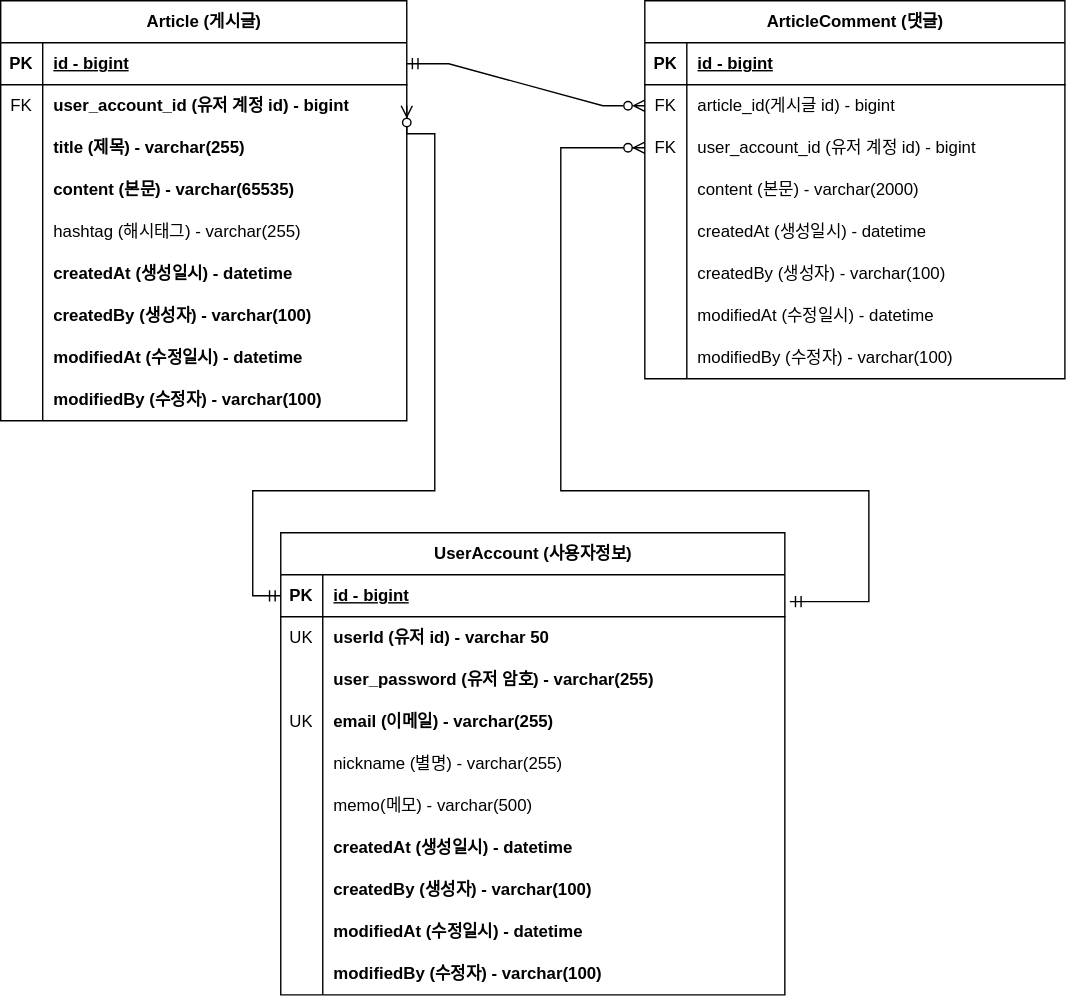
jy-hwang/fastcampus-project-board keeps this draw.io diagram as document/project-board-erd.svg. Above is the earlier version. Source tidied: cells renumbered, new cells last; positions are measured from the earlier drawing's top-left corner, leaving out a move shared by most shapes.
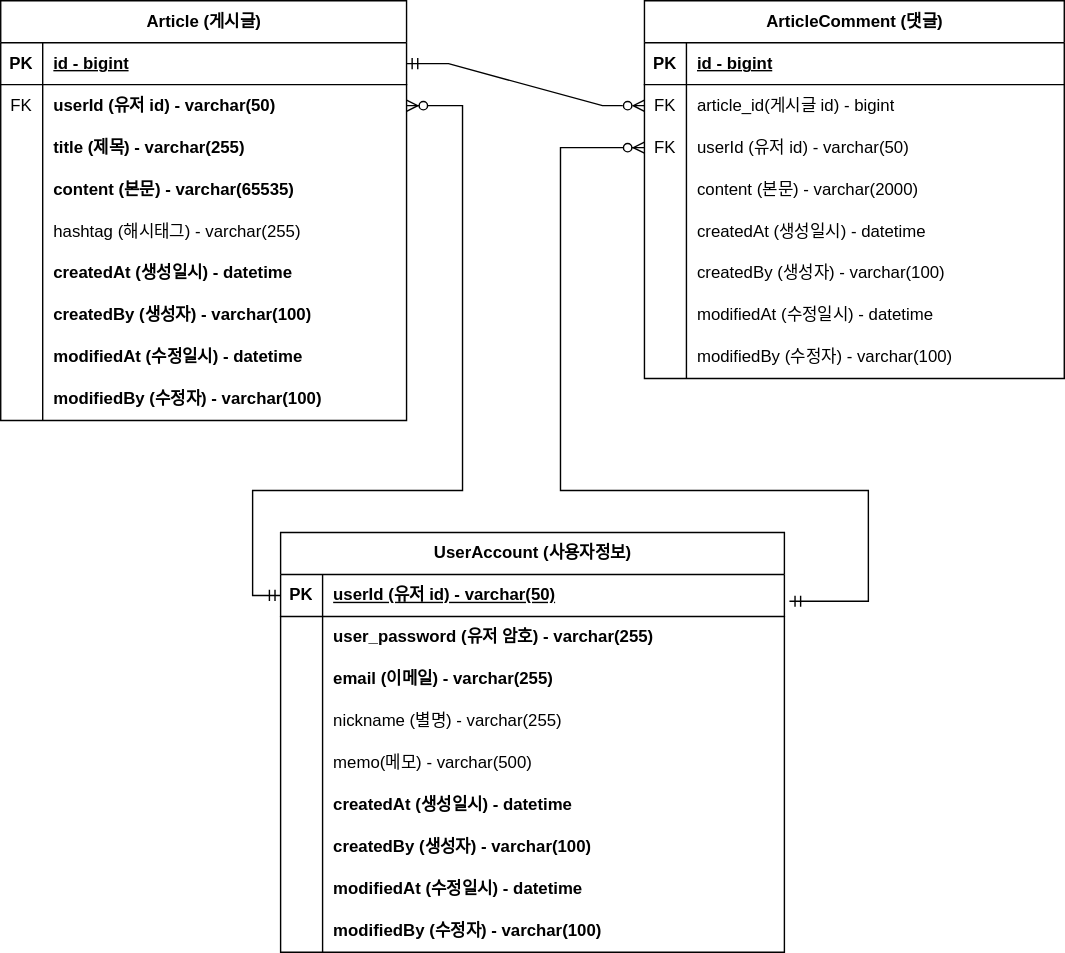
Above is the later version.

Commit message:
#40 - ERD 문서 수정:회원계정user_id를 PK 로 변경

Diff of the diagram source:
```diff
@@ -20,7 +20,7 @@
     <mxCell id="7" value="FK" style="shape=partialRectangle;fillColor=none;top=0;left=0;bottom=0;right=0;overflow=hidden;whiteSpace=wrap;html=1;" parent="6" vertex="1">
       <mxGeometry width="30" height="30" as="geometry" />
     </mxCell>
-    <mxCell id="8" value="user_account_id (유저 계정 id) - bigint" style="shape=partialRectangle;fillColor=none;top=0;left=0;bottom=0;right=0;align=left;spacingLeft=6;overflow=hidden;whiteSpace=wrap;html=1;fontStyle=1;" parent="6" vertex="1">
+    <mxCell id="8" value="userId (유저 id) - varchar(50)" style="shape=partialRectangle;fillColor=none;top=0;left=0;bottom=0;right=0;align=left;spacingLeft=6;overflow=hidden;whiteSpace=wrap;html=1;fontStyle=1;" parent="6" vertex="1">
       <mxGeometry x="30" width="260" height="30" as="geometry" />
     </mxCell>
     <mxCell id="9" style="shape=tableRow;horizontal=0;startSize=0;swimlaneHead=0;swimlaneBody=0;fillColor=none;top=0;left=0;right=0;bottom=0;" parent="2" vertex="1">
@@ -113,7 +113,7 @@
     <mxCell id="38" value="FK" style="shape=partialRectangle;fillColor=none;top=0;left=0;bottom=0;right=0;overflow=hidden;whiteSpace=wrap;html=1;" parent="37" vertex="1">
       <mxGeometry width="30" height="30" as="geometry" />
     </mxCell>
-    <mxCell id="39" value="user_account_id (유저 계정 id) - bigint" style="shape=partialRectangle;fillColor=none;top=0;left=0;bottom=0;right=0;align=left;spacingLeft=6;overflow=hidden;whiteSpace=wrap;html=1;" parent="37" vertex="1">
+    <mxCell id="39" value="userId (유저 id) - varchar(50)" style="shape=partialRectangle;fillColor=none;top=0;left=0;bottom=0;right=0;align=left;spacingLeft=6;overflow=hidden;whiteSpace=wrap;html=1;" parent="37" vertex="1">
       <mxGeometry x="30" width="270" height="30" as="geometry" />
     </mxCell>
     <mxCell id="40" style="shape=tableRow;horizontal=0;startSize=0;swimlaneHead=0;swimlaneBody=0;fillColor=none;top=0;left=0;right=0;bottom=0;" parent="30" vertex="1">
@@ -165,7 +165,7 @@
       <mxGeometry relative="1" as="geometry" />
     </mxCell>
     <mxCell id="56" value="UserAccount (사용자정보)" style="shape=table;startSize=30;rowLines=0;fontStyle=1;align=center;html=1;" parent="1" vertex="1">
-      <mxGeometry x="200" y="380" width="360" height="330" as="geometry" />
+      <mxGeometry x="200" y="380" width="360" height="300" as="geometry" />
     </mxCell>
     <mxCell id="57" style="shape=tableRow;horizontal=0;startSize=0;swimlaneHead=0;swimlaneBody=0;fillColor=none;points=[[0,0.5],[1,0.5]];portConstraint=eastwest;top=0;left=0;right=0;bottom=1;" parent="56" vertex="1">
       <mxGeometry y="30" width="360" height="30" as="geometry" />
@@ -173,20 +173,11 @@
     <mxCell id="58" value="PK" style="shape=partialRectangle;fillColor=none;top=0;left=0;bottom=0;right=0;fontStyle=1;overflow=hidden;whiteSpace=wrap;html=1;" parent="57" vertex="1">
       <mxGeometry width="30" height="30" as="geometry" />
     </mxCell>
-    <mxCell id="59" value="id - bigint" style="shape=partialRectangle;fillColor=none;top=0;left=0;bottom=0;right=0;align=left;spacingLeft=6;fontStyle=5;overflow=hidden;whiteSpace=wrap;html=1;" parent="57" vertex="1">
+    <mxCell id="59" value="userId (유저 id) - varchar(50)" style="shape=partialRectangle;fillColor=none;top=0;left=0;bottom=0;right=0;align=left;spacingLeft=6;fontStyle=5;overflow=hidden;whiteSpace=wrap;html=1;" parent="57" vertex="1">
       <mxGeometry x="30" width="330" height="30" as="geometry" />
     </mxCell>
-    <mxCell id="60" style="shape=tableRow;horizontal=0;startSize=0;swimlaneHead=0;swimlaneBody=0;fillColor=none;top=0;left=0;right=0;bottom=0;" parent="56" vertex="1">
-      <mxGeometry y="60" width="360" height="30" as="geometry" />
-    </mxCell>
-    <mxCell id="61" value="UK" style="shape=partialRectangle;fillColor=none;top=0;left=0;bottom=0;right=0;overflow=hidden;whiteSpace=wrap;html=1;" parent="60" vertex="1">
-      <mxGeometry width="30" height="30" as="geometry" />
-    </mxCell>
-    <mxCell id="62" value="userId (유저 id) - varchar 50" style="shape=partialRectangle;fillColor=none;top=0;left=0;bottom=0;right=0;align=left;spacingLeft=6;overflow=hidden;whiteSpace=wrap;html=1;fontStyle=1;" parent="60" vertex="1">
-      <mxGeometry x="30" width="330" height="30" as="geometry" />
-    </mxCell>
     <mxCell id="63" style="shape=tableRow;horizontal=0;startSize=0;swimlaneHead=0;swimlaneBody=0;fillColor=none;top=0;left=0;right=0;bottom=0;" parent="56" vertex="1">
-      <mxGeometry y="90" width="360" height="30" as="geometry" />
+      <mxGeometry y="60" width="360" height="30" as="geometry" />
     </mxCell>
     <mxCell id="64" style="shape=partialRectangle;fillColor=none;top=0;left=0;bottom=0;right=0;overflow=hidden;whiteSpace=wrap;html=1;" parent="63" vertex="1">
       <mxGeometry width="30" height="30" as="geometry" />
@@ -195,16 +186,16 @@
       <mxGeometry x="30" width="330" height="30" as="geometry" />
     </mxCell>
     <mxCell id="66" style="shape=tableRow;horizontal=0;startSize=0;swimlaneHead=0;swimlaneBody=0;fillColor=none;top=0;left=0;right=0;bottom=0;" parent="56" vertex="1">
-      <mxGeometry y="120" width="360" height="30" as="geometry" />
+      <mxGeometry y="90" width="360" height="30" as="geometry" />
     </mxCell>
-    <mxCell id="67" value="UK" style="shape=partialRectangle;fillColor=none;top=0;left=0;bottom=0;right=0;overflow=hidden;whiteSpace=wrap;html=1;" parent="66" vertex="1">
+    <mxCell id="67" style="shape=partialRectangle;fillColor=none;top=0;left=0;bottom=0;right=0;overflow=hidden;whiteSpace=wrap;html=1;" parent="66" vertex="1">
       <mxGeometry width="30" height="30" as="geometry" />
     </mxCell>
     <mxCell id="68" value="email (이메일) - varchar(255)" style="shape=partialRectangle;fillColor=none;top=0;left=0;bottom=0;right=0;align=left;spacingLeft=6;overflow=hidden;whiteSpace=wrap;html=1;fontStyle=1;" parent="66" vertex="1">
       <mxGeometry x="30" width="330" height="30" as="geometry" />
     </mxCell>
     <mxCell id="69" style="shape=tableRow;horizontal=0;startSize=0;swimlaneHead=0;swimlaneBody=0;fillColor=none;top=0;left=0;right=0;bottom=0;" parent="56" vertex="1">
-      <mxGeometry y="150" width="360" height="30" as="geometry" />
+      <mxGeometry y="120" width="360" height="30" as="geometry" />
     </mxCell>
     <mxCell id="70" style="shape=partialRectangle;fillColor=none;top=0;left=0;bottom=0;right=0;overflow=hidden;whiteSpace=wrap;html=1;" parent="69" vertex="1">
       <mxGeometry width="30" height="30" as="geometry" />
@@ -213,7 +204,7 @@
       <mxGeometry x="30" width="330" height="30" as="geometry" />
     </mxCell>
     <mxCell id="72" style="shape=tableRow;horizontal=0;startSize=0;swimlaneHead=0;swimlaneBody=0;fillColor=none;top=0;left=0;right=0;bottom=0;" parent="56" vertex="1">
-      <mxGeometry y="180" width="360" height="30" as="geometry" />
+      <mxGeometry y="150" width="360" height="30" as="geometry" />
     </mxCell>
     <mxCell id="73" style="shape=partialRectangle;fillColor=none;top=0;left=0;bottom=0;right=0;overflow=hidden;whiteSpace=wrap;html=1;" parent="72" vertex="1">
       <mxGeometry width="30" height="30" as="geometry" />
@@ -222,7 +213,7 @@
       <mxGeometry x="30" width="330" height="30" as="geometry" />
     </mxCell>
     <mxCell id="75" style="shape=tableRow;horizontal=0;startSize=0;swimlaneHead=0;swimlaneBody=0;fillColor=none;top=0;left=0;right=0;bottom=0;" parent="56" vertex="1">
-      <mxGeometry y="210" width="360" height="30" as="geometry" />
+      <mxGeometry y="180" width="360" height="30" as="geometry" />
     </mxCell>
     <mxCell id="76" style="shape=partialRectangle;fillColor=none;top=0;left=0;bottom=0;right=0;overflow=hidden;whiteSpace=wrap;html=1;" parent="75" vertex="1">
       <mxGeometry width="30" height="30" as="geometry" />
@@ -231,7 +222,7 @@
       <mxGeometry x="30" width="330" height="30" as="geometry" />
     </mxCell>
     <mxCell id="78" style="shape=tableRow;horizontal=0;startSize=0;swimlaneHead=0;swimlaneBody=0;fillColor=none;top=0;left=0;right=0;bottom=0;" parent="56" vertex="1">
-      <mxGeometry y="240" width="360" height="30" as="geometry" />
+      <mxGeometry y="210" width="360" height="30" as="geometry" />
     </mxCell>
     <mxCell id="79" style="shape=partialRectangle;fillColor=none;top=0;left=0;bottom=0;right=0;overflow=hidden;whiteSpace=wrap;html=1;" parent="78" vertex="1">
       <mxGeometry width="30" height="30" as="geometry" />
@@ -240,7 +231,7 @@
       <mxGeometry x="30" width="330" height="30" as="geometry" />
     </mxCell>
     <mxCell id="81" style="shape=tableRow;horizontal=0;startSize=0;swimlaneHead=0;swimlaneBody=0;fillColor=none;top=0;left=0;right=0;bottom=0;" parent="56" vertex="1">
-      <mxGeometry y="270" width="360" height="30" as="geometry" />
+      <mxGeometry y="240" width="360" height="30" as="geometry" />
     </mxCell>
     <mxCell id="82" style="shape=partialRectangle;fillColor=none;top=0;left=0;bottom=0;right=0;overflow=hidden;whiteSpace=wrap;html=1;" parent="81" vertex="1">
       <mxGeometry width="30" height="30" as="geometry" />
@@ -249,7 +240,7 @@
       <mxGeometry x="30" width="330" height="30" as="geometry" />
     </mxCell>
     <mxCell id="84" style="shape=tableRow;horizontal=0;startSize=0;swimlaneHead=0;swimlaneBody=0;fillColor=none;top=0;left=0;right=0;bottom=0;" parent="56" vertex="1">
-      <mxGeometry y="300" width="360" height="30" as="geometry" />
+      <mxGeometry y="270" width="360" height="30" as="geometry" />
     </mxCell>
     <mxCell id="85" style="shape=partialRectangle;fillColor=none;top=0;left=0;bottom=0;right=0;overflow=hidden;whiteSpace=wrap;html=1;" parent="84" vertex="1">
       <mxGeometry width="30" height="30" as="geometry" />
@@ -262,8 +253,8 @@
         <Array as="points">
           <mxPoint x="180" y="425" />
           <mxPoint x="180" y="350" />
-          <mxPoint x="310" y="350" />
-          <mxPoint x="310" y="95" />
+          <mxPoint x="330" y="350" />
+          <mxPoint x="330" y="75" />
         </Array>
       </mxGeometry>
     </mxCell>
```
